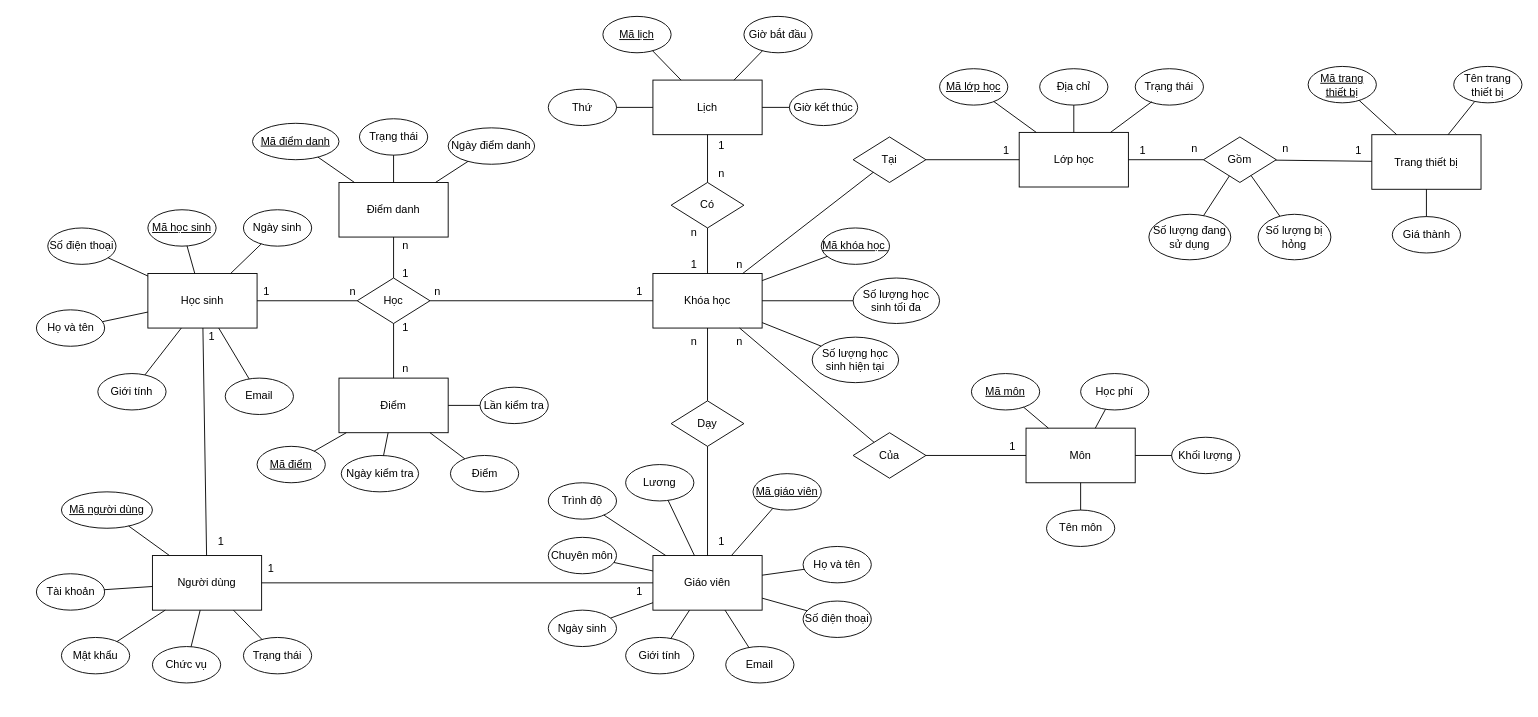
Earlier version of the draw.io diagram page "Page-1" (1 of 4) of Describe/ERD.drawio (DatNT12052003/Project-Database-Lab). Source tidied: cells renumbered, new cells numbered last; positions are measured from the earlier drawing's top-left corner, leaving out a move shared by most shapes. Both pictures are drawn from the tidied source at 91%, with x=0, y=0 at pixel (35, 16).
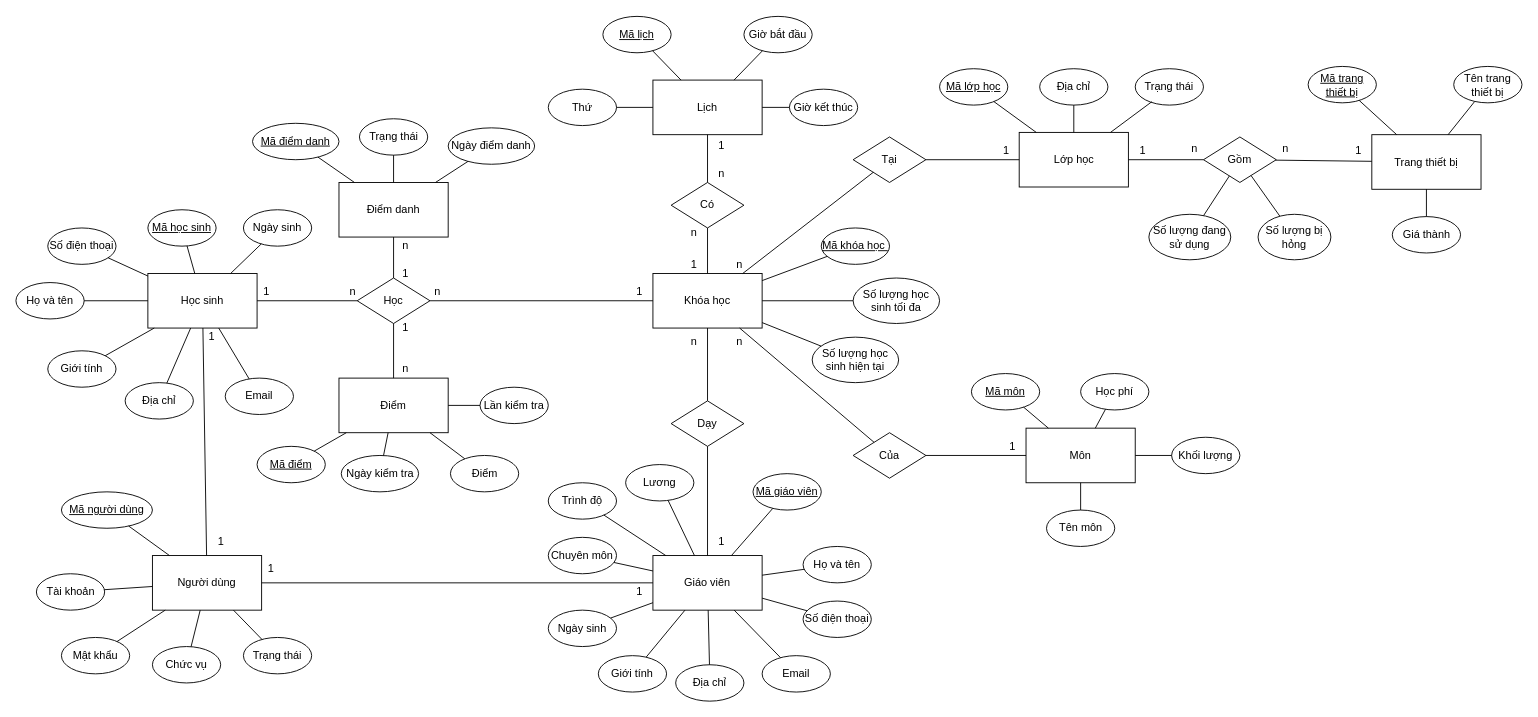
After the change.

The change refers to these unchanged cells:
```xml
<mxCell id="2" value="Học sinh" style="rounded=0;whiteSpace=wrap;html=1;" parent="1" vertex="1">
  <mxGeometry x="123" y="282" width="120" height="60" as="geometry" />
</mxCell>
<mxCell id="3" value="Giáo viên" style="rounded=0;whiteSpace=wrap;html=1;" parent="1" vertex="1">
  <mxGeometry x="678" y="592" width="120" height="60" as="geometry" />
</mxCell>
```

Change to the diagram source:
```diff
@@
     <mxCell id="27" value="Họ và tên" style="ellipse;whiteSpace=wrap;html=1;" parent="1" vertex="1">
-      <mxGeometry x="0.5" y="322" width="75" height="40" as="geometry" />
+      <mxGeometry x="-22" y="292" width="75" height="40" as="geometry" />
     </mxCell>
@@
     <mxCell id="29" value="Giới tính" style="ellipse;whiteSpace=wrap;html=1;" parent="1" vertex="1">
-      <mxGeometry x="68" y="392" width="75" height="40" as="geometry" />
+      <mxGeometry x="13" y="367" width="75" height="40" as="geometry" />
     </mxCell>
@@
     <mxCell id="40" value="Giới tính" style="ellipse;whiteSpace=wrap;html=1;" parent="1" vertex="1">
-      <mxGeometry x="648" y="682" width="75" height="40" as="geometry" />
+      <mxGeometry x="618" y="702" width="75" height="40" as="geometry" />
     </mxCell>
     <mxCell id="41" value="Email" style="ellipse;whiteSpace=wrap;html=1;" parent="1" vertex="1">
-      <mxGeometry x="758" y="692" width="75" height="40" as="geometry" />
+      <mxGeometry x="798" y="702" width="75" height="40" as="geometry" />
     </mxCell>
@@
+    <mxCell id="152" value="Địa chỉ" style="ellipse;whiteSpace=wrap;html=1;" parent="1" vertex="1">
+      <mxGeometry x="703" y="712" width="75" height="40" as="geometry" />
+    </mxCell>
+    <mxCell id="153" style="endArrow=none;html=1;rounded=0;" parent="1" edge="1" source="3" target="152">
+      <mxGeometry relative="1" as="geometry" />
+    </mxCell>
+    <mxCell id="154" value="Địa chỉ" style="ellipse;whiteSpace=wrap;html=1;" parent="1" vertex="1">
+      <mxGeometry x="98" y="402" width="75" height="40" as="geometry" />
+    </mxCell>
+    <mxCell id="155" style="endArrow=none;html=1;rounded=0;" parent="1" edge="1" source="2" target="154">
+      <mxGeometry relative="1" as="geometry" />
+    </mxCell>
```
